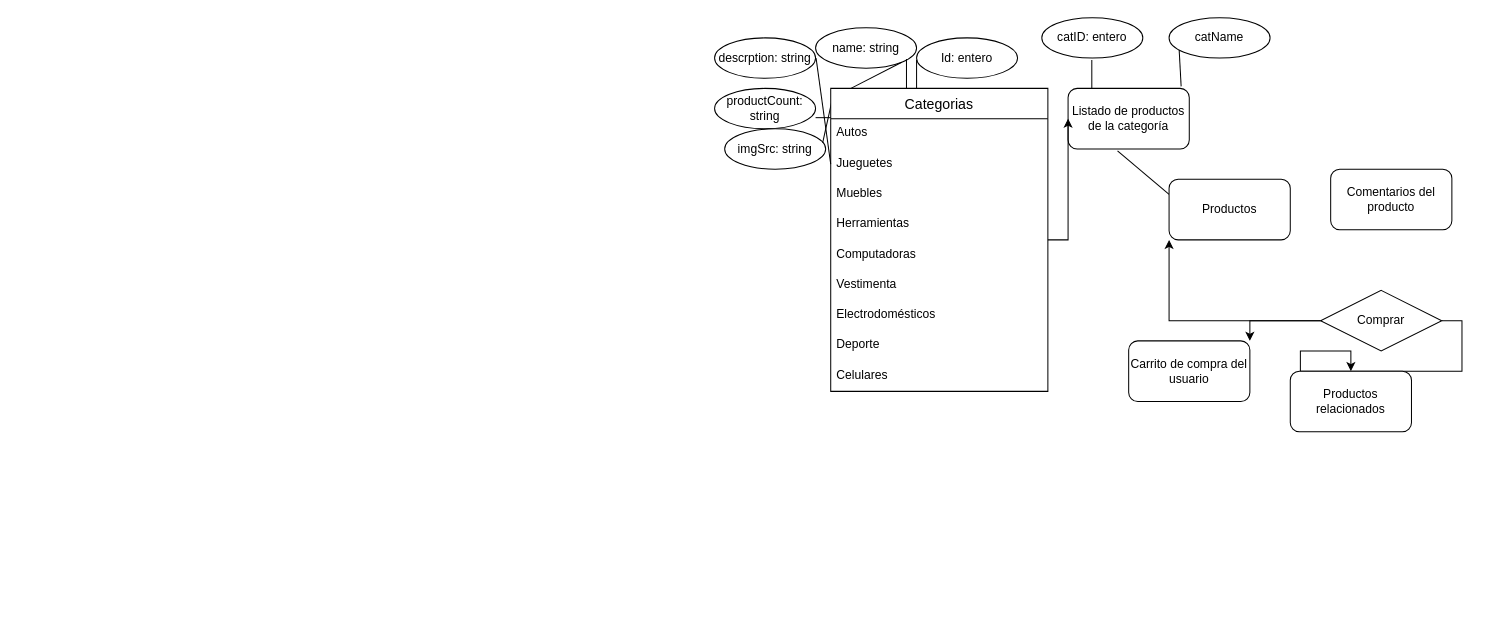
Above: Diagrama sin título.drawio in maglisg/e_commerce (draw.io), before the change. Source tidied: cells renumbered, new cells numbered last; positions are measured from the earlier drawing's top-left corner, leaving out a move shared by most shapes. Both pictures are drawn from the tidied source at 101%, with x=0, y=0 at pixel (714, 17).
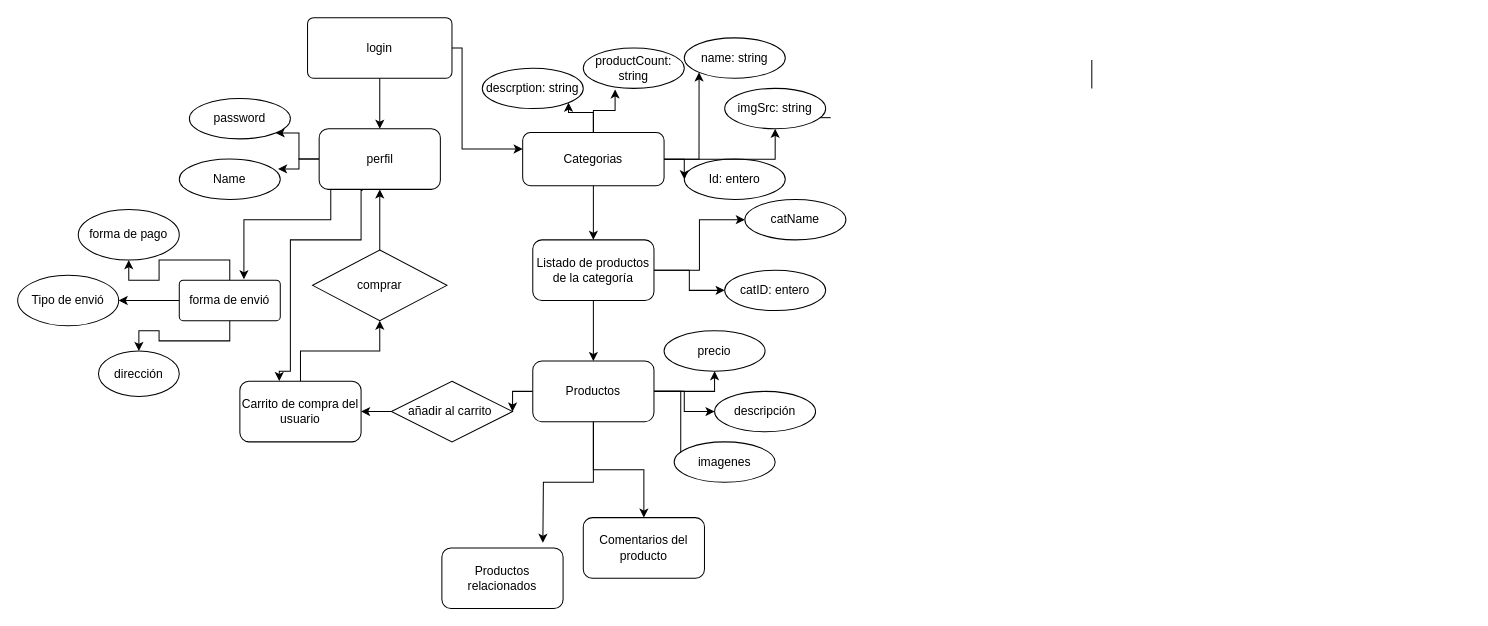
After the change.

What changed in the source:
```diff
@@
     <mxCell id="2" value="name: string" style="ellipse;whiteSpace=wrap;html=1;align=center;" parent="1" vertex="1">
-      <mxGeometry x="100" y="10" width="100" height="40" as="geometry" />
+      <mxGeometry x="-30" y="20" width="100" height="40" as="geometry" />
     </mxCell>
     <mxCell id="3" value="descrption: string" style="ellipse;whiteSpace=wrap;html=1;align=center;" parent="1" vertex="1">
-      <mxGeometry y="20" width="100" height="40" as="geometry" />
+      <mxGeometry x="-230" y="50" width="100" height="40" as="geometry" />
     </mxCell>
     <mxCell id="4" value="Id: entero" style="ellipse;whiteSpace=wrap;html=1;align=center;" parent="1" vertex="1">
-      <mxGeometry x="200" y="20" width="100" height="40" as="geometry" />
+      <mxGeometry x="-30" y="140" width="100" height="40" as="geometry" />
     </mxCell>
     <mxCell id="5" value="productCount: string" style="ellipse;whiteSpace=wrap;html=1;align=center;" parent="1" vertex="1">
-      <mxGeometry y="70" width="100" height="40" as="geometry" />
+      <mxGeometry x="-130" y="30" width="100" height="40" as="geometry" />
     </mxCell>
-    <mxCell id="6" value="imgSrc: string" style="ellipse;whiteSpace=wrap;html=1;align=center;" parent="1" vertex="1">
-      <mxGeometry x="10" y="110" width="100" height="40" as="geometry" />
-    </mxCell>
-    <mxCell id="7" style="endArrow=none;html=1;rounded=0;entryX=0.25;entryY=0;entryDx=0;entryDy=0;exitX=1;exitY=1;exitDx=0;exitDy=0;" parent="1" edge="1" source="2">
-      <mxGeometry relative="1" as="geometry">
-        <mxPoint x="135" y="70" as="targetPoint" />
-      </mxGeometry>
-    </mxCell>
-    <mxCell id="8" style="endArrow=none;html=1;rounded=0;entryX=0.005;entryY=0.043;entryDx=0;entryDy=0;entryPerimeter=0;exitX=0.97;exitY=0.35;exitDx=0;exitDy=0;exitPerimeter=0;" parent="1" edge="1" source="6" target="17">
-      <mxGeometry relative="1" as="geometry" />
-    </mxCell>
+    <mxCell id="38" style="edgeStyle=orthogonalEdgeStyle;rounded=0;jettySize=auto;html=1;" parent="1" edge="1" source="9" target="15">
+      <mxGeometry relative="1" as="geometry" />
+    </mxCell>
+    <mxCell id="39" style="edgeStyle=orthogonalEdgeStyle;rounded=0;jettySize=auto;html=1;" parent="1" edge="1" source="9" target="14">
+      <mxGeometry relative="1" as="geometry" />
+    </mxCell>
+    <mxCell id="40" style="edgeStyle=orthogonalEdgeStyle;rounded=0;jettySize=auto;html=1;" parent="1" edge="1" source="9" target="11">
+      <mxGeometry relative="1" as="geometry" />
+    </mxCell>
     <mxCell id="9" value="Listado de productos de la categoría" style="rounded=1;whiteSpace=wrap;html=1;" parent="1" vertex="1">
-      <mxGeometry x="350" y="70" width="120" height="60" as="geometry" />
+      <mxGeometry x="-180" y="220" width="120" height="60" as="geometry" />
     </mxCell>
-    <mxCell id="10" style="endArrow=none;html=1;rounded=0;entryX=0.408;entryY=1.033;entryDx=0;entryDy=0;entryPerimeter=0;exitX=0;exitY=0.25;exitDx=0;exitDy=0;" parent="1" edge="1" source="11" target="9">
-      <mxGeometry relative="1" as="geometry" />
-    </mxCell>
+    <mxCell id="41" style="edgeStyle=orthogonalEdgeStyle;rounded=0;jettySize=auto;html=1;" parent="1" edge="1" source="11" target="33">
+      <mxGeometry relative="1" as="geometry" />
+    </mxCell>
+    <mxCell id="42" style="edgeStyle=orthogonalEdgeStyle;rounded=0;jettySize=auto;html=1;" parent="1" edge="1" source="11" target="12">
+      <mxGeometry relative="1" as="geometry" />
+    </mxCell>
+    <mxCell id="43" style="edgeStyle=orthogonalEdgeStyle;rounded=0;jettySize=auto;html=1;" parent="1" edge="1" source="11" target="73">
+      <mxGeometry relative="1" as="geometry" />
+    </mxCell>
+    <mxCell id="44" style="edgeStyle=orthogonalEdgeStyle;rounded=0;jettySize=auto;html=1;entryX=0.5;entryY=1;entryDx=0;entryDy=0;" parent="1" edge="1" source="11" target="72">
+      <mxGeometry relative="1" as="geometry" />
+    </mxCell>
+    <mxCell id="45" style="edgeStyle=orthogonalEdgeStyle;rounded=0;jettySize=auto;html=1;entryX=0.065;entryY=0.713;entryDx=0;entryDy=0;entryPerimeter=0;" parent="1" edge="1" source="11" target="74">
+      <mxGeometry relative="1" as="geometry" />
+    </mxCell>
+    <mxCell id="46" style="edgeStyle=orthogonalEdgeStyle;rounded=0;jettySize=auto;html=1;" parent="1" edge="1" source="11">
+      <mxGeometry relative="1" as="geometry">
+        <mxPoint x="-170" y="520" as="targetPoint" />
+      </mxGeometry>
+    </mxCell>
     <mxCell id="11" value="Productos" style="rounded=1;whiteSpace=wrap;html=1;" parent="1" vertex="1">
-      <mxGeometry x="450" y="160" width="120" height="60" as="geometry" />
+      <mxGeometry x="-180" y="340" width="120" height="60" as="geometry" />
     </mxCell>
     <mxCell id="12" value="Comentarios del producto" style="rounded=1;whiteSpace=wrap;html=1;" parent="1" vertex="1">
-      <mxGeometry x="610" y="150" width="120" height="60" as="geometry" />
+      <mxGeometry x="-130" y="495" width="120" height="60" as="geometry" />
     </mxCell>
+    <mxCell id="47" style="edgeStyle=orthogonalEdgeStyle;rounded=0;jettySize=auto;html=1;" parent="1" edge="1" source="13" target="61">
+      <mxGeometry relative="1" as="geometry" />
+    </mxCell>
     <mxCell id="13" value="Carrito de compra del usuario" style="rounded=1;whiteSpace=wrap;html=1;" parent="1" vertex="1">
-      <mxGeometry x="410" y="320" width="120" height="60" as="geometry" />
+      <mxGeometry x="-470" y="360" width="120" height="60" as="geometry" />
     </mxCell>
     <mxCell id="14" value="catID: entero" style="ellipse;whiteSpace=wrap;html=1;align=center;" parent="1" vertex="1">
-      <mxGeometry x="324" width="100" height="40" as="geometry" />
+      <mxGeometry x="10" y="250" width="100" height="40" as="geometry" />
     </mxCell>
     <mxCell id="15" value="catName" style="ellipse;whiteSpace=wrap;html=1;align=center;" parent="1" vertex="1">
-      <mxGeometry x="450" width="100" height="40" as="geometry" />
+      <mxGeometry x="30" y="180" width="100" height="40" as="geometry" />
     </mxCell>
+    <mxCell id="31" style="edgeStyle=orthogonalEdgeStyle;rounded=0;jettySize=auto;html=1;" parent="1" edge="1" source="33" target="13">
+      <mxGeometry relative="1" as="geometry" />
+    </mxCell>
+    <mxCell id="33" value="añadir al carrito&amp;nbsp;" style="shape=rhombus;perimeter=rhombusPerimeter;whiteSpace=wrap;html=1;align=center;" parent="1" vertex="1">
+      <mxGeometry x="-320" y="360" width="120" height="60" as="geometry" />
+    </mxCell>
+    <mxCell id="35" style="endArrow=none;html=1;rounded=0;entryX=0.408;entryY=1.033;entryDx=0;entryDy=0;entryPerimeter=0;" parent="1" edge="1">
+      <mxGeometry relative="1" as="geometry">
+        <mxPoint x="373.5" y="70" as="sourcePoint" />
+        <mxPoint x="373.5" y="42" as="targetPoint" />
+      </mxGeometry>
+    </mxCell>
+    <mxCell id="37" style="endArrow=none;html=1;rounded=0;" parent="1" edge="1">
+      <mxGeometry relative="1" as="geometry">
+        <mxPoint x="100" y="99" as="sourcePoint" />
+        <mxPoint x="115" y="99" as="targetPoint" />
+      </mxGeometry>
+    </mxCell>
-    <mxCell id="16" style="edgeStyle=orthogonalEdgeStyle;rounded=0;jettySize=auto;html=1;entryX=0;entryY=0.5;entryDx=0;entryDy=0;" parent="1" edge="1" source="17" target="9">
+    <mxCell id="16" style="edgeStyle=orthogonalEdgeStyle;rounded=0;jettySize=auto;html=1;" parent="1" edge="1" source="17" target="9">
       <mxGeometry relative="1" as="geometry" />
     </mxCell>
+    <mxCell id="48" style="edgeStyle=orthogonalEdgeStyle;rounded=0;jettySize=auto;html=1;" parent="1" edge="1" source="17" target="6">
+      <mxGeometry relative="1" as="geometry" />
+    </mxCell>
+    <mxCell id="49" style="edgeStyle=orthogonalEdgeStyle;rounded=0;jettySize=auto;html=1;entryX=0;entryY=0.5;entryDx=0;entryDy=0;" parent="1" edge="1" source="17" target="4">
+      <mxGeometry relative="1" as="geometry" />
+    </mxCell>
+    <mxCell id="50" style="edgeStyle=orthogonalEdgeStyle;rounded=0;jettySize=auto;html=1;entryX=0;entryY=1;entryDx=0;entryDy=0;" parent="1" edge="1" source="17" target="2">
+      <mxGeometry relative="1" as="geometry" />
+    </mxCell>
+    <mxCell id="51" style="edgeStyle=orthogonalEdgeStyle;rounded=0;jettySize=auto;html=1;entryX=0.315;entryY=1.025;entryDx=0;entryDy=0;entryPerimeter=0;" parent="1" edge="1" source="17" target="5">
+      <mxGeometry relative="1" as="geometry" />
+    </mxCell>
+    <mxCell id="52" style="edgeStyle=orthogonalEdgeStyle;rounded=0;jettySize=auto;html=1;entryX=1;entryY=1;entryDx=0;entryDy=0;" parent="1" edge="1" source="17" target="3">
+      <mxGeometry relative="1" as="geometry" />
+    </mxCell>
-    <mxCell id="17" value="Categorias" style="swimlane;fontStyle=0;horizontal=1;startSize=30;align=center;fontSize=14;" parent="1" vertex="1">
-      <mxGeometry x="115" y="70" width="215" height="300" as="geometry" />
+    <mxCell id="17" value="Categorias" style="rounded=1;whiteSpace=wrap;html=1;" parent="1" vertex="1">
+      <mxGeometry x="-190" y="113.8" width="140" height="52.5" as="geometry" />
     </mxCell>
-    <mxCell id="18" value="Autos" style="text;strokeColor=none;fillColor=none;spacingLeft=4;spacingRight=4;overflow=hidden;fontSize=12;" parent="17" vertex="1">
-      <mxGeometry y="30" width="215" height="30" as="geometry" />
-    </mxCell>
-    <mxCell id="19" value="Jueguetes" style="text;strokeColor=none;fillColor=none;spacingLeft=4;spacingRight=4;overflow=hidden;fontSize=12;" parent="17" vertex="1">
-      <mxGeometry y="60" width="215" height="30" as="geometry" />
-    </mxCell>
-    <mxCell id="20" value="Muebles" style="text;strokeColor=none;fillColor=none;spacingLeft=4;spacingRight=4;overflow=hidden;fontSize=12;" parent="17" vertex="1">
-      <mxGeometry y="90" width="215" height="30" as="geometry" />
-    </mxCell>
-    <mxCell id="21" value="Herramientas" style="text;strokeColor=none;fillColor=none;spacingLeft=4;spacingRight=4;overflow=hidden;fontSize=12;" parent="17" vertex="1">
-      <mxGeometry y="120" width="215" height="30" as="geometry" />
-    </mxCell>
-    <mxCell id="22" value="Computadoras" style="text;strokeColor=none;fillColor=none;spacingLeft=4;spacingRight=4;overflow=hidden;fontSize=12;" parent="17" vertex="1">
-      <mxGeometry y="150" width="215" height="30" as="geometry" />
-    </mxCell>
-    <mxCell id="23" value="Vestimenta" style="text;strokeColor=none;fillColor=none;spacingLeft=4;spacingRight=4;overflow=hidden;fontSize=12;" parent="17" vertex="1">
-      <mxGeometry y="180" width="215" height="30" as="geometry" />
-    </mxCell>
-    <mxCell id="24" value="Electrodomésticos" style="text;strokeColor=none;fillColor=none;spacingLeft=4;spacingRight=4;overflow=hidden;fontSize=12;" parent="17" vertex="1">
-      <mxGeometry y="210" width="215" height="30" as="geometry" />
-    </mxCell>
-    <mxCell id="25" value="Deporte" style="text;strokeColor=none;fillColor=none;spacingLeft=4;spacingRight=4;overflow=hidden;fontSize=12;" parent="17" vertex="1">
-      <mxGeometry y="240" width="215" height="30" as="geometry" />
-    </mxCell>
-    <mxCell id="26" value="Celulares" style="text;strokeColor=none;fillColor=none;spacingLeft=4;spacingRight=4;overflow=hidden;fontSize=12;" parent="17" vertex="1">
-      <mxGeometry y="270" width="215" height="30" as="geometry" />
-    </mxCell>
-    <mxCell id="27" style="endArrow=none;html=1;rounded=0;entryX=0.408;entryY=1.033;entryDx=0;entryDy=0;entryPerimeter=0;" parent="17" edge="1">
-      <mxGeometry relative="1" as="geometry">
-        <mxPoint x="75" as="sourcePoint" />
-        <mxPoint x="75" y="-29" as="targetPoint" />
-      </mxGeometry>
-    </mxCell>
-    <mxCell id="28" style="endArrow=none;html=1;rounded=0;entryX=0.408;entryY=1.033;entryDx=0;entryDy=0;entryPerimeter=0;exitX=0;exitY=0.25;exitDx=0;exitDy=0;" parent="1" edge="1" source="17">
-      <mxGeometry relative="1" as="geometry">
-        <mxPoint x="100.5" y="40" as="targetPoint" />
-      </mxGeometry>
-    </mxCell>
-    <mxCell id="29" style="endArrow=none;html=1;rounded=0;entryX=0.408;entryY=1.033;entryDx=0;entryDy=0;entryPerimeter=0;" parent="1" edge="1">
-      <mxGeometry relative="1" as="geometry">
-        <mxPoint x="200" y="70" as="sourcePoint" />
-        <mxPoint x="200" y="42" as="targetPoint" />
-      </mxGeometry>
-    </mxCell>
-    <mxCell id="30" style="edgeStyle=orthogonalEdgeStyle;rounded=0;jettySize=auto;html=1;entryX=0;entryY=1;entryDx=0;entryDy=0;" parent="1" edge="1" source="33" target="11">
-      <mxGeometry relative="1" as="geometry" />
-    </mxCell>
-    <mxCell id="31" style="edgeStyle=orthogonalEdgeStyle;rounded=0;jettySize=auto;html=1;entryX=1;entryY=0;entryDx=0;entryDy=0;" parent="1" edge="1" source="33" target="13">
-      <mxGeometry relative="1" as="geometry" />
-    </mxCell>
-    <mxCell id="32" style="edgeStyle=orthogonalEdgeStyle;rounded=0;jettySize=auto;html=1;exitX=1;exitY=0.5;exitDx=0;exitDy=0;" parent="1" edge="1" source="33" target="34">
-      <mxGeometry relative="1" as="geometry" />
-    </mxCell>
-    <mxCell id="33" value="Comprar" style="shape=rhombus;perimeter=rhombusPerimeter;whiteSpace=wrap;html=1;align=center;" parent="1" vertex="1">
-      <mxGeometry x="600" y="270" width="120" height="60" as="geometry" />
-    </mxCell>
+    <mxCell id="53" style="edgeStyle=orthogonalEdgeStyle;rounded=0;jettySize=auto;html=1;exitX=0.25;exitY=1;exitDx=0;exitDy=0;entryX=0.64;entryY=-0.025;entryDx=0;entryDy=0;entryPerimeter=0;" parent="1" edge="1" source="57" target="65">
+      <mxGeometry relative="1" as="geometry">
+        <Array as="points">
+          <mxPoint x="-380" y="170" />
+          <mxPoint x="-380" y="200" />
+          <mxPoint x="-466" y="200" />
+        </Array>
+      </mxGeometry>
+    </mxCell>
+    <mxCell id="54" style="edgeStyle=orthogonalEdgeStyle;rounded=0;jettySize=auto;html=1;entryX=1;entryY=1;entryDx=0;entryDy=0;" parent="1" edge="1" source="57" target="58">
+      <mxGeometry relative="1" as="geometry" />
+    </mxCell>
+    <mxCell id="55" style="edgeStyle=orthogonalEdgeStyle;rounded=0;jettySize=auto;html=1;entryX=0.978;entryY=0.244;entryDx=0;entryDy=0;entryPerimeter=0;" parent="1" edge="1" source="57" target="59">
+      <mxGeometry relative="1" as="geometry" />
+    </mxCell>
+    <mxCell id="56" style="edgeStyle=orthogonalEdgeStyle;rounded=0;jettySize=auto;html=1;entryX=0.325;entryY=-0.004;entryDx=0;entryDy=0;entryPerimeter=0;exitX=0.358;exitY=1.017;exitDx=0;exitDy=0;exitPerimeter=0;" parent="1" edge="1" source="57" target="13">
+      <mxGeometry relative="1" as="geometry">
+        <Array as="points">
+          <mxPoint x="-350" y="171" />
+          <mxPoint x="-350" y="220" />
+          <mxPoint x="-420" y="220" />
+          <mxPoint x="-420" y="350" />
+        </Array>
+      </mxGeometry>
+    </mxCell>
+    <mxCell id="57" value="perfil" style="rounded=1;whiteSpace=wrap;html=1;" parent="1" vertex="1">
+      <mxGeometry x="-391.5" y="110" width="120" height="60" as="geometry" />
+    </mxCell>
+    <mxCell id="58" value="password" style="ellipse;whiteSpace=wrap;html=1;align=center;" parent="1" vertex="1">
+      <mxGeometry x="-520" y="80" width="100" height="40" as="geometry" />
+    </mxCell>
+    <mxCell id="59" value="Name" style="ellipse;whiteSpace=wrap;html=1;align=center;" parent="1" vertex="1">
+      <mxGeometry x="-530" y="140" width="100" height="40" as="geometry" />
+    </mxCell>
+    <mxCell id="60" style="edgeStyle=orthogonalEdgeStyle;rounded=0;jettySize=auto;html=1;" parent="1" edge="1" source="61" target="57">
+      <mxGeometry relative="1" as="geometry" />
+    </mxCell>
+    <mxCell id="61" value="comprar" style="shape=rhombus;perimeter=rhombusPerimeter;whiteSpace=wrap;html=1;align=center;" parent="1" vertex="1">
+      <mxGeometry x="-398" y="230" width="133" height="70" as="geometry" />
+    </mxCell>
+    <mxCell id="62" style="edgeStyle=orthogonalEdgeStyle;rounded=0;jettySize=auto;html=1;" parent="1" edge="1" source="65" target="66">
+      <mxGeometry relative="1" as="geometry" />
+    </mxCell>
+    <mxCell id="63" style="edgeStyle=orthogonalEdgeStyle;rounded=0;jettySize=auto;html=1;" parent="1" edge="1" source="65" target="67">
+      <mxGeometry relative="1" as="geometry" />
+    </mxCell>
+    <mxCell id="64" style="edgeStyle=orthogonalEdgeStyle;rounded=0;jettySize=auto;html=1;" parent="1" edge="1" source="65" target="68">
+      <mxGeometry relative="1" as="geometry" />
+    </mxCell>
+    <mxCell id="65" value="forma de envió" style="rounded=1;arcSize=10;whiteSpace=wrap;html=1;align=center;" parent="1" vertex="1">
+      <mxGeometry x="-530" y="260" width="100" height="40" as="geometry" />
+    </mxCell>
+    <mxCell id="66" value="forma de pago" style="ellipse;whiteSpace=wrap;html=1;rounded=1;arcSize=10;" parent="1" vertex="1">
+      <mxGeometry x="-630" y="190" width="100" height="50" as="geometry" />
+    </mxCell>
+    <mxCell id="67" value="dirección" style="ellipse;whiteSpace=wrap;html=1;rounded=1;arcSize=10;" parent="1" vertex="1">
+      <mxGeometry x="-610" y="330" width="80" height="45" as="geometry" />
+    </mxCell>
+    <mxCell id="68" value="Tipo de envió" style="ellipse;whiteSpace=wrap;html=1;rounded=1;arcSize=10;" parent="1" vertex="1">
+      <mxGeometry x="-690" y="255" width="100" height="50" as="geometry" />
+    </mxCell>
+    <mxCell id="69" style="edgeStyle=orthogonalEdgeStyle;rounded=0;jettySize=auto;html=1;" parent="1" edge="1" source="71" target="57">
+      <mxGeometry relative="1" as="geometry" />
+    </mxCell>
+    <mxCell id="70" style="edgeStyle=orthogonalEdgeStyle;rounded=0;jettySize=auto;html=1;" parent="1" edge="1" source="71" target="17">
+      <mxGeometry relative="1" as="geometry">
+        <Array as="points">
+          <mxPoint x="-250" y="30" />
+          <mxPoint x="-250" y="130" />
+        </Array>
+      </mxGeometry>
+    </mxCell>
+    <mxCell id="71" value="login" style="rounded=1;arcSize=10;whiteSpace=wrap;html=1;align=center;" parent="1" vertex="1">
+      <mxGeometry x="-403" width="143" height="60" as="geometry" />
+    </mxCell>
+    <mxCell id="6" value="imgSrc: string" style="ellipse;whiteSpace=wrap;html=1;align=center;" parent="1" vertex="1">
+      <mxGeometry x="10" y="70" width="100" height="40" as="geometry" />
+    </mxCell>
     <mxCell id="34" value="Productos relacionados" style="rounded=1;whiteSpace=wrap;html=1;" parent="1" vertex="1">
-      <mxGeometry x="570" y="350" width="120" height="60" as="geometry" />
+      <mxGeometry x="-270" y="525" width="120" height="60" as="geometry" />
     </mxCell>
-    <mxCell id="35" style="endArrow=none;html=1;rounded=0;entryX=0.408;entryY=1.033;entryDx=0;entryDy=0;entryPerimeter=0;" parent="1" edge="1">
-      <mxGeometry relative="1" as="geometry">
-        <mxPoint x="373.5" y="70" as="sourcePoint" />
-        <mxPoint x="373.5" y="42" as="targetPoint" />
-      </mxGeometry>
-    </mxCell>
-    <mxCell id="36" style="endArrow=none;html=1;rounded=0;entryX=0.408;entryY=1.033;entryDx=0;entryDy=0;entryPerimeter=0;exitX=0.933;exitY=-0.033;exitDx=0;exitDy=0;exitPerimeter=0;" parent="1" edge="1" source="9">
-      <mxGeometry relative="1" as="geometry">
-        <mxPoint x="460" y="32" as="targetPoint" />
-      </mxGeometry>
-    </mxCell>
-    <mxCell id="37" style="endArrow=none;html=1;rounded=0;" parent="1" edge="1">
-      <mxGeometry relative="1" as="geometry">
-        <mxPoint x="100" y="99" as="sourcePoint" />
-        <mxPoint x="115" y="99" as="targetPoint" />
-      </mxGeometry>
-    </mxCell>
+    <mxCell id="72" value="precio" style="ellipse;whiteSpace=wrap;html=1;align=center;" parent="1" vertex="1">
+      <mxGeometry x="-50" y="310" width="100" height="40" as="geometry" />
+    </mxCell>
+    <mxCell id="73" value="descripción" style="ellipse;whiteSpace=wrap;html=1;align=center;" parent="1" vertex="1">
+      <mxGeometry y="370" width="100" height="40" as="geometry" />
+    </mxCell>
+    <mxCell id="74" value="imagenes" style="ellipse;whiteSpace=wrap;html=1;align=center;" parent="1" vertex="1">
+      <mxGeometry x="-40" y="420" width="100" height="40" as="geometry" />
+    </mxCell>
```
